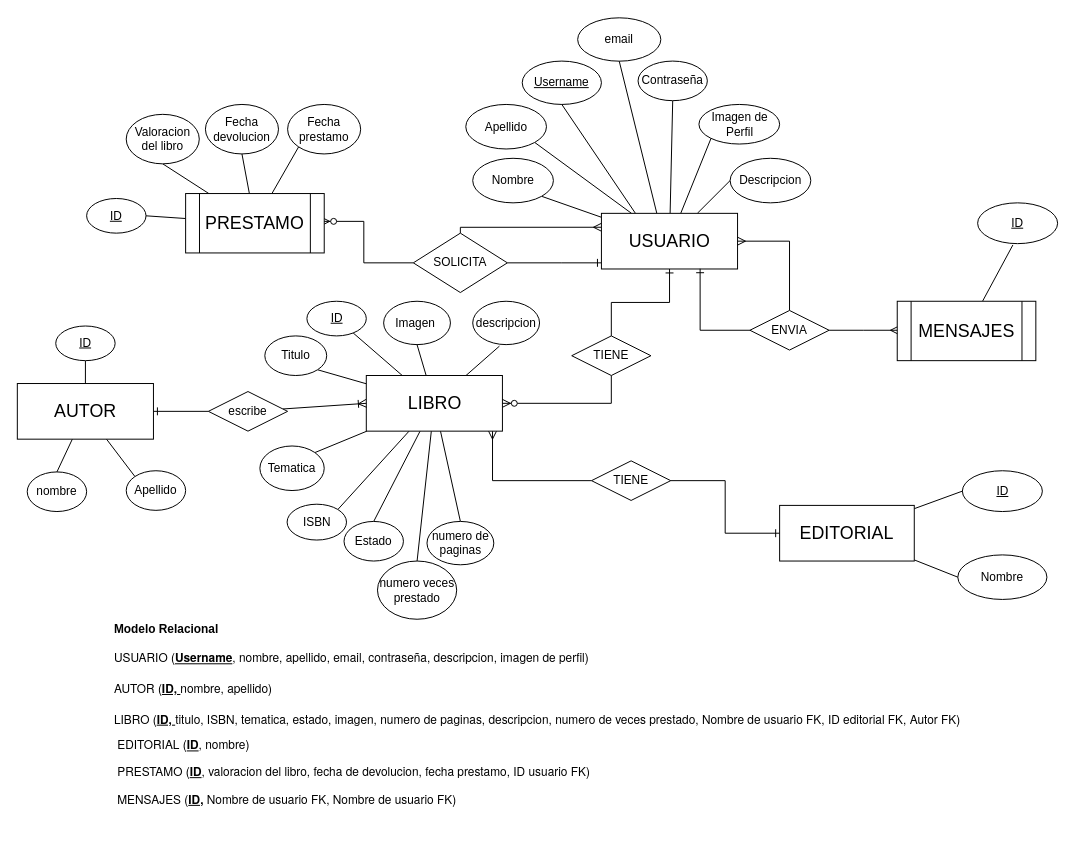
The draw.io diagram PROYECTO PRESTAMO LIBROS - EQUIPO 6.drawio in team-6-Java/Biblioteca-BasesDatos, before the edit. Source tidied: cells renumbered, new cells numbered last; positions are measured from the earlier drawing's top-left corner, leaving out a move shared by most shapes. Both pictures are drawn from the tidied source at 99%, with x=0, y=0 at pixel (17, 17).
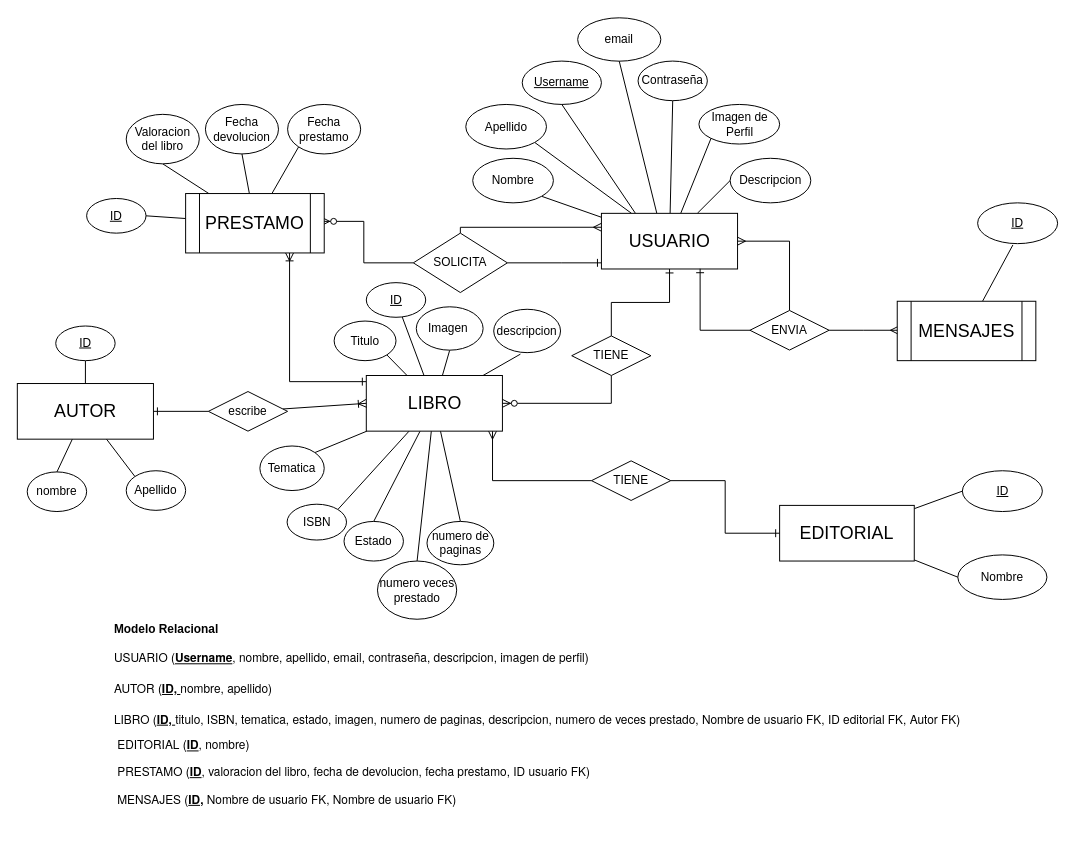
Above is the later version.

The change refers to these unchanged cells:
```xml
<mxCell id="15" value="&lt;font style=&quot;font-size: 18px&quot;&gt;LIBRO&lt;/font&gt;" style="whiteSpace=wrap;html=1;align=center;" parent="1" vertex="1">
  <mxGeometry x="352.5" y="361.8" width="137.5" height="56.2" as="geometry" />
</mxCell>
<mxCell id="59" value="&lt;span style=&quot;font-size: 18px&quot;&gt;PRESTAMO&lt;/span&gt;" style="shape=process;whiteSpace=wrap;html=1;backgroundOutline=1;" parent="1" vertex="1">
  <mxGeometry x="170" y="178" width="140" height="60" as="geometry" />
</mxCell>
```

Change to the diagram source:
```diff
@@
+    <mxCell id="79" style="edgeStyle=orthogonalEdgeStyle;rounded=0;jettySize=auto;html=1;entryX=0.75;entryY=1;entryDx=0;entryDy=0;endArrow=ERoneToMany;endFill=0;startArrow=ERone;startFill=0;" parent="1" edge="1" source="15" target="59">
+      <mxGeometry relative="1" as="geometry">
+        <Array as="points">
+          <mxPoint x="275" y="368" />
+        </Array>
+      </mxGeometry>
+    </mxCell>
@@
     <mxCell id="21" value="&lt;u&gt;ID&lt;/u&gt;" style="ellipse;whiteSpace=wrap;html=1;" parent="1" vertex="1">
-      <mxGeometry x="292.5" y="286.8" width="60" height="35" as="geometry" />
+      <mxGeometry x="352.5" y="268" width="60" height="35" as="geometry" />
     </mxCell>
@@
     <mxCell id="23" value="Titulo" style="ellipse;whiteSpace=wrap;html=1;" parent="1" vertex="1">
-      <mxGeometry x="250" y="321.8" width="62.5" height="40" as="geometry" />
+      <mxGeometry x="320" y="306.8" width="62.5" height="40" as="geometry" />
     </mxCell>
@@
     <mxCell id="30" value="Imagen&amp;nbsp;" style="ellipse;whiteSpace=wrap;html=1;" parent="1" vertex="1">
-      <mxGeometry x="370" y="286.8" width="67.5" height="43.8" as="geometry" />
+      <mxGeometry x="403" y="292.4" width="67.5" height="43.8" as="geometry" />
     </mxCell>
@@
     <mxCell id="69" value="descripcion" style="ellipse;whiteSpace=wrap;html=1;" parent="1" vertex="1">
-      <mxGeometry x="460" y="286.8" width="67.5" height="43.8" as="geometry" />
+      <mxGeometry x="481.2" y="294.9" width="67.5" height="43.8" as="geometry" />
     </mxCell>
```
